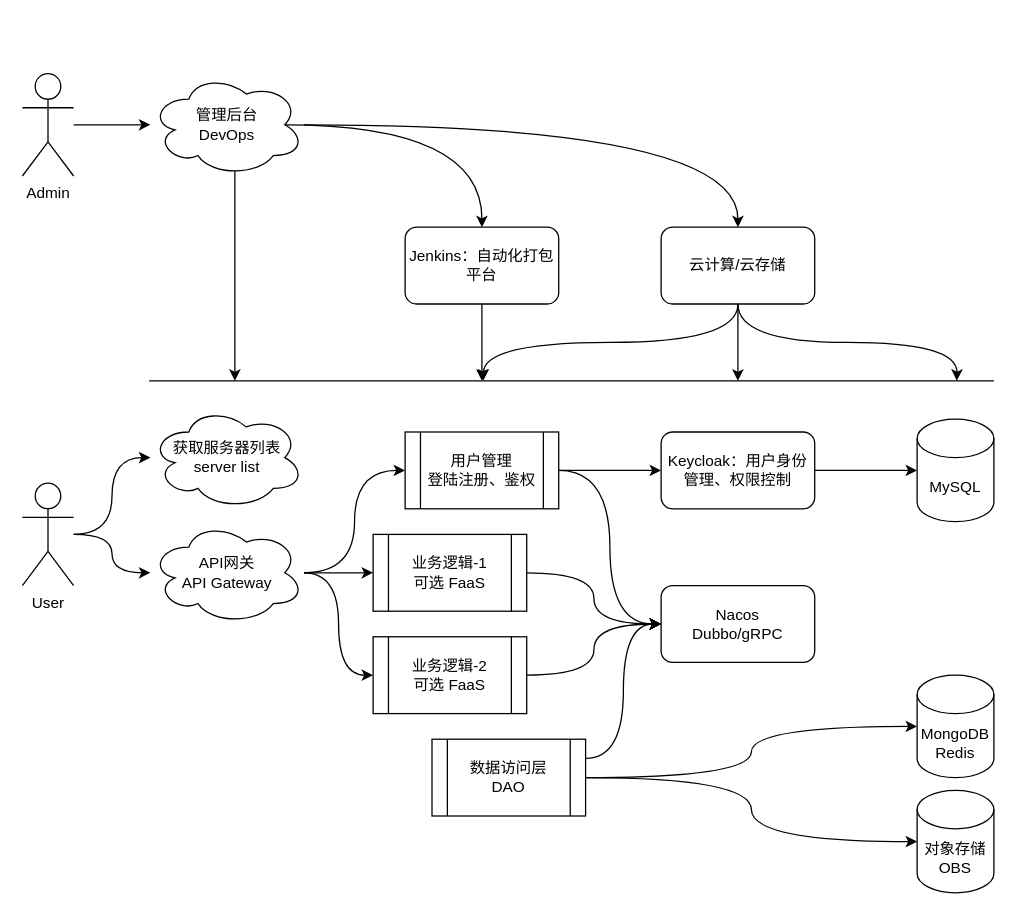
The draw.io diagram doc/架构图.drawio in zxffffffff/start-biz, before the edit. Source tidied: cells renumbered, new cells numbered last; positions are measured from the earlier drawing's top-left corner, leaving out a move shared by most shapes. Both pictures are drawn from the tidied source at 128%, with x=0, y=0 at pixel (22, 73).
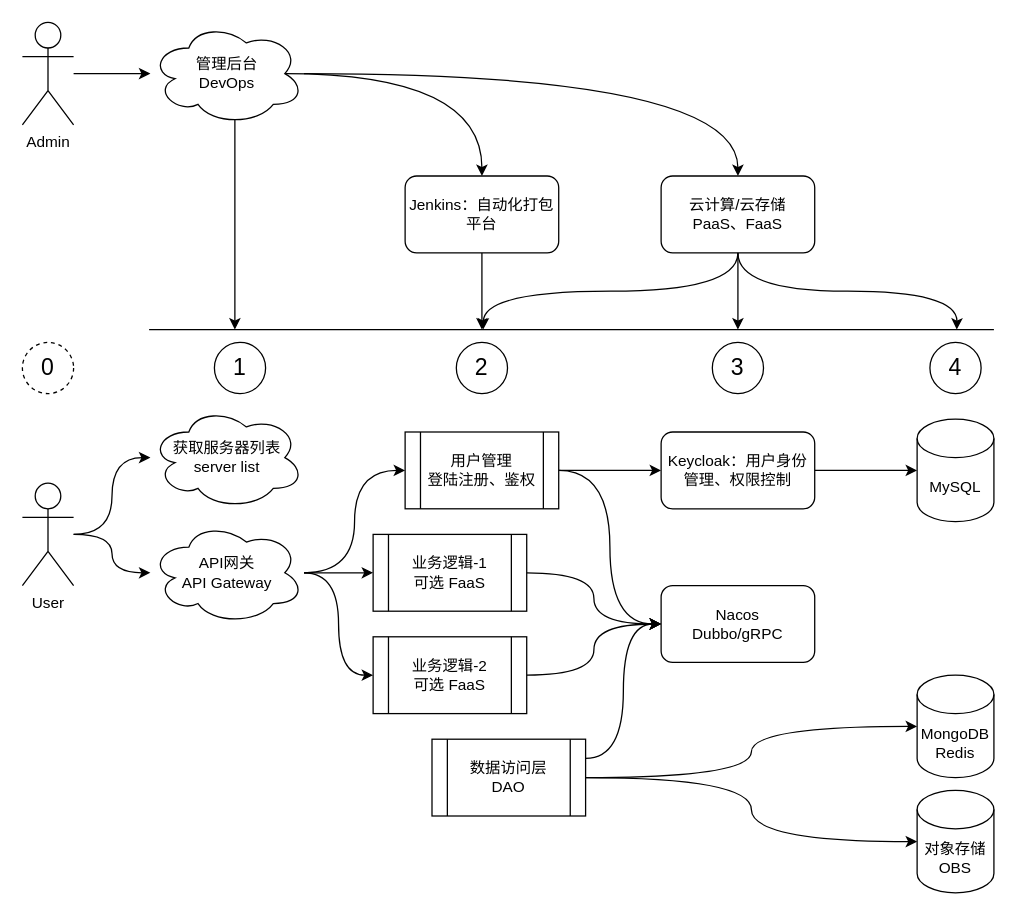
After the change.

What changed in the source:
```diff
@@
     <mxCell id="28" value="Admin" style="shape=umlActor;verticalLabelPosition=bottom;verticalAlign=top;html=1;outlineConnect=0;" parent="1" vertex="1">
-      <mxGeometry width="40" height="80" as="geometry" />
+      <mxGeometry y="-40" width="40" height="80" as="geometry" />
     </mxCell>
@@
     <mxCell id="31" style="edgeStyle=orthogonalEdgeStyle;curved=1;rounded=0;jettySize=auto;html=1;exitX=0.55;exitY=0.95;exitDx=0;exitDy=0;exitPerimeter=0;" parent="1" edge="1" source="32">
       <mxGeometry relative="1" as="geometry">
-        <mxPoint x="166" y="240" as="targetPoint" />
+        <mxPoint x="166" y="200" as="targetPoint" />
       </mxGeometry>
     </mxCell>
     <mxCell id="32" value="管理后台&lt;br&gt;DevOps" style="ellipse;shape=cloud;whiteSpace=wrap;html=1;" parent="1" vertex="1">
-      <mxGeometry x="100" width="120" height="80" as="geometry" />
+      <mxGeometry x="100" y="-40" width="120" height="80" as="geometry" />
     </mxCell>
     <mxCell id="33" style="edgeStyle=orthogonalEdgeStyle;curved=1;rounded=0;jettySize=auto;html=1;exitX=0.5;exitY=1;exitDx=0;exitDy=0;" parent="1" edge="1" source="34">
       <mxGeometry relative="1" as="geometry">
-        <mxPoint x="359" y="240" as="targetPoint" />
+        <mxPoint x="359" y="200" as="targetPoint" />
       </mxGeometry>
     </mxCell>
     <mxCell id="34" value="Jenkins：自动化打包平台" style="rounded=1;whiteSpace=wrap;html=1;" parent="1" vertex="1">
-      <mxGeometry x="299" y="120" width="120" height="60" as="geometry" />
+      <mxGeometry x="299" y="80" width="120" height="60" as="geometry" />
     </mxCell>
     <mxCell id="35" style="endArrow=none;html=1;rounded=0;curved=1;" parent="1" edge="1">
       <mxGeometry relative="1" as="geometry">
-        <mxPoint x="99" y="240" as="sourcePoint" />
-        <mxPoint x="759" y="240" as="targetPoint" />
+        <mxPoint x="99" y="200" as="sourcePoint" />
+        <mxPoint x="759" y="200" as="targetPoint" />
       </mxGeometry>
     </mxCell>
     <mxCell id="36" style="edgeStyle=orthogonalEdgeStyle;curved=1;rounded=0;jettySize=auto;html=1;exitX=0.5;exitY=1;exitDx=0;exitDy=0;" parent="1" edge="1" source="39">
       <mxGeometry relative="1" as="geometry">
-        <mxPoint x="559" y="240" as="targetPoint" />
+        <mxPoint x="559" y="200" as="targetPoint" />
       </mxGeometry>
     </mxCell>
     <mxCell id="37" style="edgeStyle=orthogonalEdgeStyle;curved=1;rounded=0;jettySize=auto;html=1;exitX=0.5;exitY=1;exitDx=0;exitDy=0;" parent="1" edge="1" source="39">
       <mxGeometry relative="1" as="geometry">
-        <mxPoint x="360" y="240" as="targetPoint" />
+        <mxPoint x="360" y="200" as="targetPoint" />
       </mxGeometry>
     </mxCell>
     <mxCell id="38" style="edgeStyle=orthogonalEdgeStyle;curved=1;rounded=0;jettySize=auto;html=1;exitX=0.5;exitY=1;exitDx=0;exitDy=0;" parent="1" edge="1" source="39">
       <mxGeometry relative="1" as="geometry">
-        <mxPoint x="730" y="240" as="targetPoint" />
+        <mxPoint x="730" y="200" as="targetPoint" />
       </mxGeometry>
     </mxCell>
-    <mxCell id="39" value="云计算/云存储" style="rounded=1;whiteSpace=wrap;html=1;" parent="1" vertex="1">
-      <mxGeometry x="499" y="120" width="120" height="60" as="geometry" />
+    <mxCell id="39" value="云计算/云存储&lt;br&gt;PaaS、FaaS" style="rounded=1;whiteSpace=wrap;html=1;" parent="1" vertex="1">
+      <mxGeometry x="499" y="80" width="120" height="60" as="geometry" />
     </mxCell>
+    <mxCell id="40" value="1" style="ellipse;whiteSpace=wrap;html=1;fontSize=18;" parent="1" vertex="1">
+      <mxGeometry x="150" y="210" width="40" height="40" as="geometry" />
+    </mxCell>
+    <mxCell id="41" value="2" style="ellipse;whiteSpace=wrap;html=1;fontSize=18;" parent="1" vertex="1">
+      <mxGeometry x="339" y="210" width="40" height="40" as="geometry" />
+    </mxCell>
+    <mxCell id="42" value="3" style="ellipse;whiteSpace=wrap;html=1;fontSize=18;" parent="1" vertex="1">
+      <mxGeometry x="539" y="210" width="40" height="40" as="geometry" />
+    </mxCell>
+    <mxCell id="43" value="4" style="ellipse;whiteSpace=wrap;html=1;fontSize=18;" parent="1" vertex="1">
+      <mxGeometry x="709" y="210" width="40" height="40" as="geometry" />
+    </mxCell>
+    <mxCell id="44" value="0" style="ellipse;whiteSpace=wrap;html=1;fontSize=18;dashed=1;" parent="1" vertex="1">
+      <mxGeometry y="210" width="40" height="40" as="geometry" />
+    </mxCell>
```
